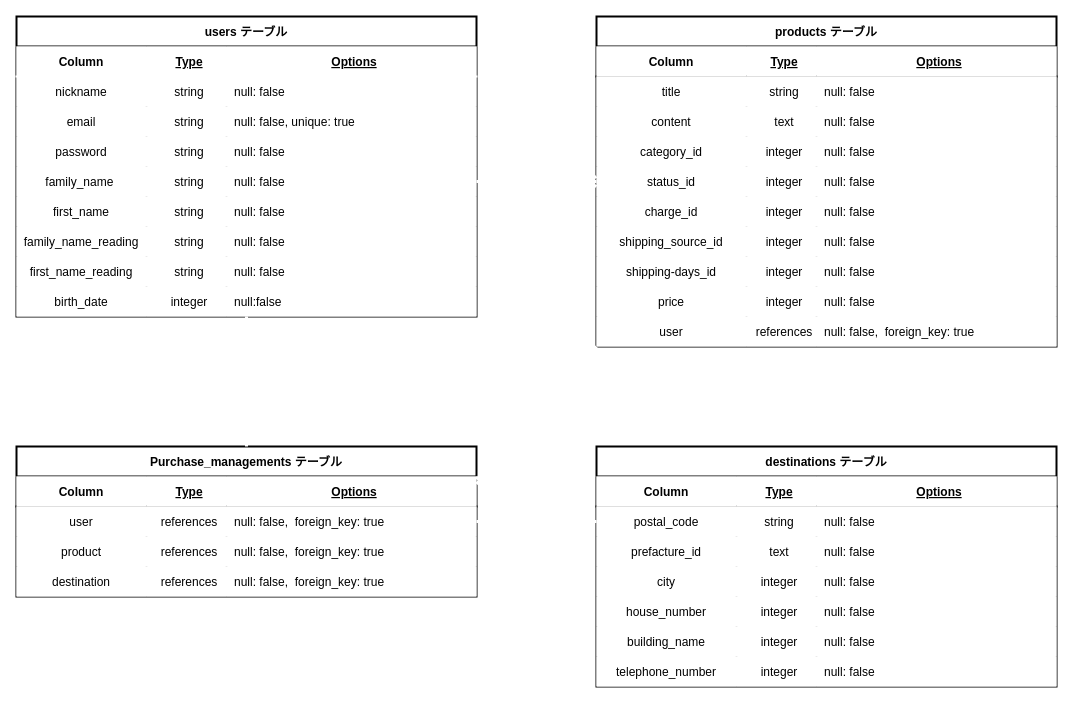
The draw.io diagram furima-38177.dio in NaoyukiG/furima-38177, before the edit. Source tidied: cells renumbered, new cells numbered last; positions are measured from the earlier drawing's top-left corner, leaving out a move shared by most shapes. Both pictures are drawn from the tidied source at 100%, with x=0, y=0 at pixel (16, 16).
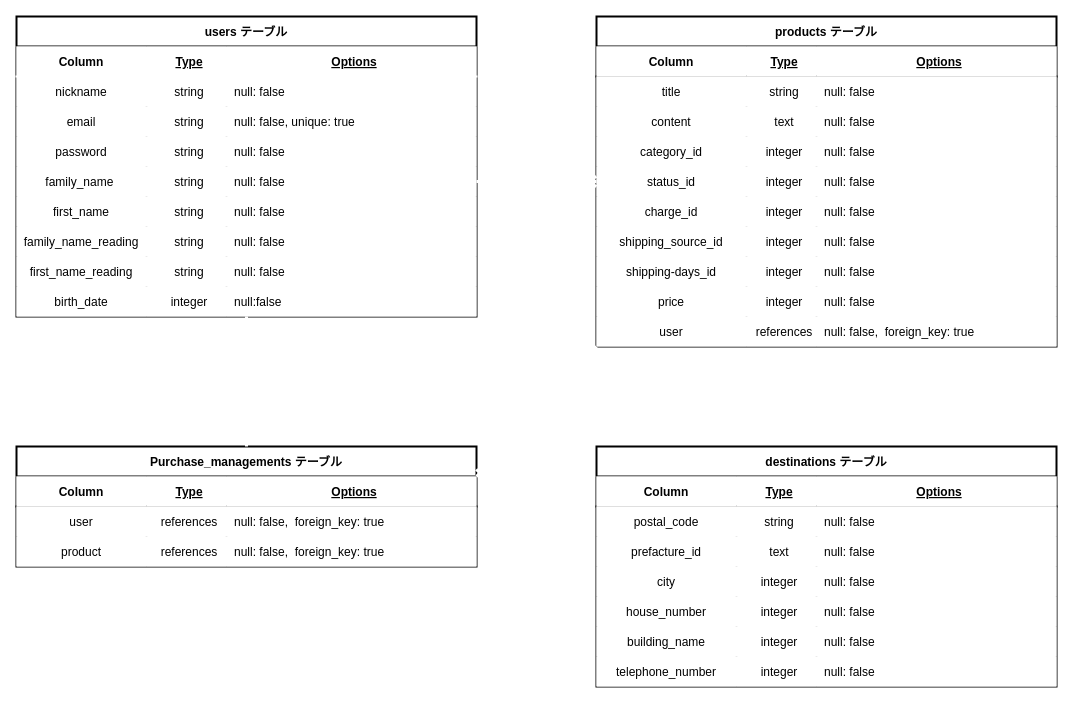
The same page after the edit.

Commit message (it also covers changes not shown here):
住所テーブルを独立したテーブルへ修正

The change refers to these unchanged cells:
```xml
<mxCell id="85" style="shape=partialRectangle;top=0;left=0;bottom=0;right=0;points=[[0,0.5],[1,0.5]];portConstraint=eastwest;strokeWidth=2;" parent="80" vertex="1">
  <mxGeometry y="60" width="460" height="30" as="geometry" />
</mxCell>
```

Diff of the diagram source:
```diff
@@
     <mxCell id="110" value="Purchase_managements テーブル" style="shape=table;startSize=30;childLayout=tableLayout;rowLines=0;fontStyle=1;align=center;strokeWidth=2;" parent="1" vertex="1">
-      <mxGeometry y="430" width="460" height="150" as="geometry" />
+      <mxGeometry y="430" width="460" height="120" as="geometry" />
     </mxCell>
@@
-    <mxCell id="123" style="shape=partialRectangle;top=0;left=0;bottom=0;right=0;strokeWidth=2;" parent="110" vertex="1">
-      <mxGeometry y="120" width="460" height="30" as="geometry" />
-    </mxCell>
-    <mxCell id="124" value="destination" style="shape=partialRectangle;top=0;left=0;bottom=0;right=0;overflow=hidden;strokeWidth=2;" parent="123" vertex="1">
-      <mxGeometry width="130" height="30" as="geometry" />
-    </mxCell>
-    <mxCell id="125" value="references" style="shape=partialRectangle;top=0;left=0;bottom=0;right=0;align=center;spacingLeft=6;overflow=hidden;strokeWidth=2;" parent="123" vertex="1">
-      <mxGeometry x="130" width="80" height="30" as="geometry" />
-    </mxCell>
-    <mxCell id="126" value="null: false,  foreign_key: true" style="shape=partialRectangle;top=0;left=0;bottom=0;right=0;align=left;spacingLeft=6;overflow=hidden;strokeWidth=2;" parent="123" vertex="1">
-      <mxGeometry x="210" width="250" height="30" as="geometry" />
-    </mxCell>
-    <mxCell id="127" style="fontSize=12;html=1;endArrow=ERone;endFill=1;strokeWidth=3;entryX=1;entryY=0.5;entryDx=0;entryDy=0;exitX=0;exitY=0.5;exitDx=0;exitDy=0;startArrow=ERone;startFill=0;strokeColor=#FFFFFF;" parent="1" edge="1" source="85" target="110">
-      <mxGeometry relative="1" as="geometry" />
-    </mxCell>
```
